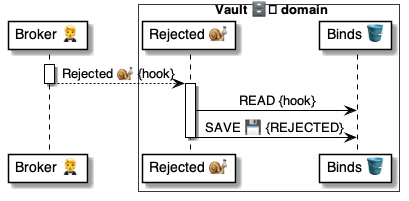
This is 4 ⚙️ Solution/41 🎭 Domain Roles/Vaults 🗄️/🗄️🅰️ Vault methods/Rejected 🤵🐌🗄️/🗄️ Rejected ⚙️ uml.png from pollyweb-org/pollyweb-docs, a PlantUML export, as it was before one commit. Its source is kept beside it as 4 ⚙️ Solution/41 🎭 Domain Roles/Vaults 🗄️/🗄️🅰️ Vault methods/Rejected 🤵🐌🗄️/🗄️ Rejected ⚙️ uml.puml. Its diagram source:
```plantuml
@startuml Rejected@Vault

participant "Broker 🤵" as broker

box Vault 🗄️ domain #FFFFFA
    participant "Rejected 🐌" as vault
    participant "Binds 🪣" as binds
end box


activate broker
    broker --> vault: Rejected 🐌 {hook}
deactivate broker

activate vault
    vault -> binds: READ {hook}
    vault -> binds: SAVE 💾 {REJECTED}
deactivate vault


@enduml
```
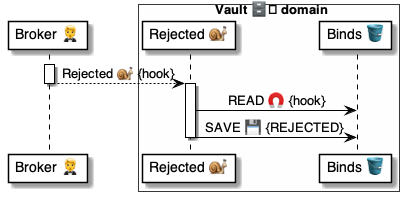
The same diagram one commit later.

What changed in the source:
```diff
@@ -13,7 +13,7 @@
 deactivate broker
 
 activate vault
-    vault -> binds: READ {hook}
+    vault -> binds: READ 🧲 {hook}
     vault -> binds: SAVE 💾 {REJECTED}
 deactivate vault
 
```
